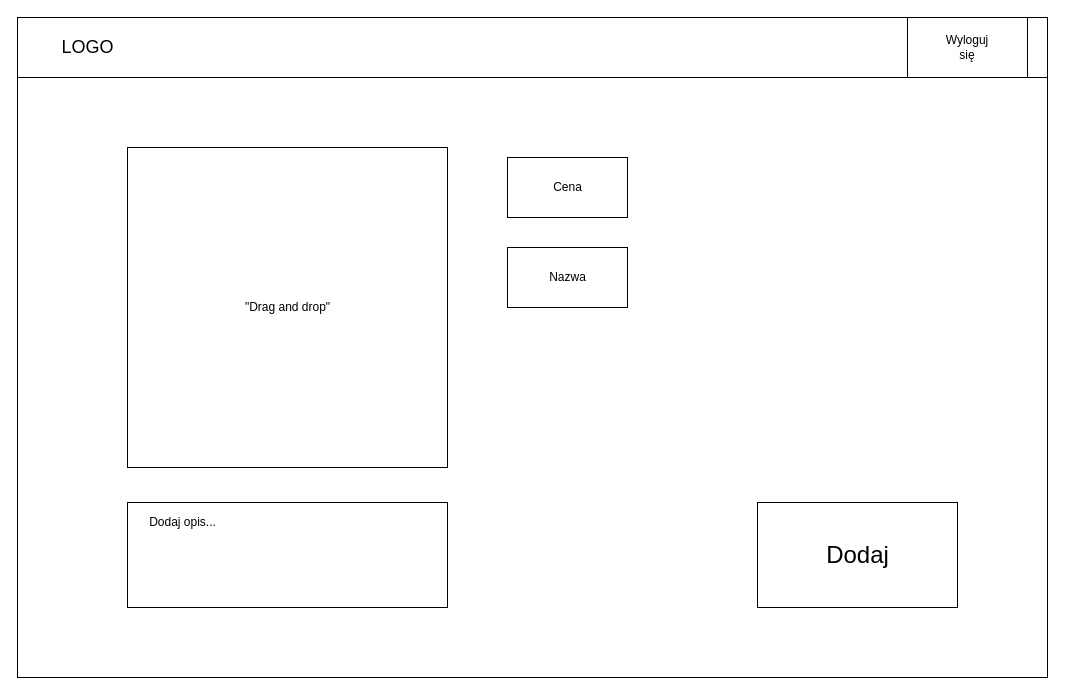
Earlier version of the draw.io diagram 7/koordynator/dodawanie_produktu_koordynator.drawio (Tarik-Alaiwi-dev/PSI-Docs). Source tidied: cells renumbered, new cells numbered last; positions are measured from the earlier drawing's top-left corner, leaving out a move shared by most shapes. Both pictures are drawn from the tidied source at 100%, with x=0, y=0 at pixel (17, 17).
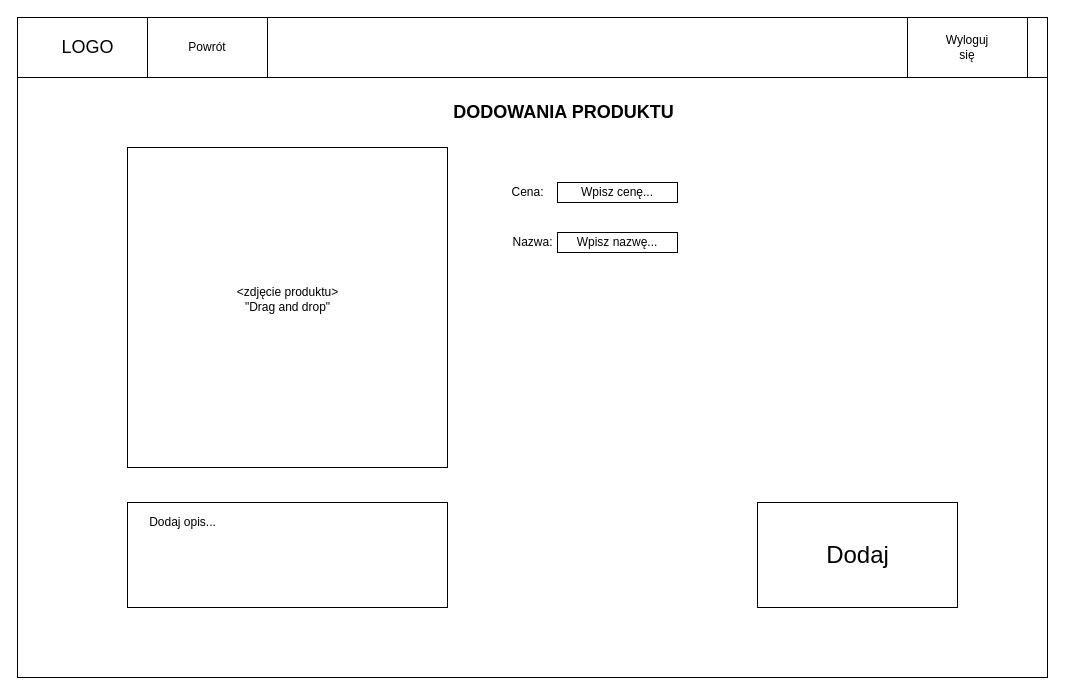
The same page after the edit.

Diff of the diagram source:
```diff
@@
-    <mxCell id="11" style="rounded=0;whiteSpace=wrap;html=1;" parent="1" vertex="1">
-      <mxGeometry x="490" y="140" width="120" height="60" as="geometry" />
+    <mxCell id="11" value="Wpisz cenę..." style="rounded=0;whiteSpace=wrap;html=1;" parent="1" vertex="1">
+      <mxGeometry x="540" y="165" width="120" height="20" as="geometry" />
     </mxCell>
-    <mxCell id="12" value="Cena" style="text;html=1;align=center;verticalAlign=middle;strokeColor=none;fillColor=none;" parent="1" vertex="1">
-      <mxGeometry x="525" y="155" width="50" height="30" as="geometry" />
+    <mxCell id="12" value="Cena:" style="text;html=1;align=center;verticalAlign=middle;strokeColor=none;fillColor=none;" parent="1" vertex="1">
+      <mxGeometry x="480" y="160" width="60" height="30" as="geometry" />
     </mxCell>
-    <mxCell id="13" style="rounded=0;whiteSpace=wrap;html=1;" parent="1" vertex="1">
-      <mxGeometry x="490" y="230" width="120" height="60" as="geometry" />
+    <mxCell id="13" value="Wpisz nazwę..." style="rounded=0;whiteSpace=wrap;html=1;" parent="1" vertex="1">
+      <mxGeometry x="540" y="215" width="120" height="20" as="geometry" />
     </mxCell>
-    <mxCell id="14" value="Nazwa" style="text;html=1;align=center;verticalAlign=middle;strokeColor=none;fillColor=none;" parent="1" vertex="1">
-      <mxGeometry x="520" y="245" width="60" height="30" as="geometry" />
+    <mxCell id="14" value="Nazwa:" style="text;html=1;align=center;verticalAlign=middle;strokeColor=none;fillColor=none;" parent="1" vertex="1">
+      <mxGeometry x="485" y="210" width="60" height="30" as="geometry" />
     </mxCell>
@@
+    <mxCell id="17" value="&lt;b&gt;&lt;font style=&quot;font-size: 18px;&quot;&gt;DODOWANIA PRODUKTU&lt;/font&gt;&lt;/b&gt;" style="text;html=1;align=center;verticalAlign=middle;whiteSpace=wrap;rounded=0;" parent="1" vertex="1">
+      <mxGeometry x="414" y="80" width="265" height="30" as="geometry" />
+    </mxCell>
+    <mxCell id="18" value="&amp;lt;zdjęcie produktu&amp;gt;" style="text;html=1;align=center;verticalAlign=middle;strokeColor=none;fillColor=none;" parent="1" vertex="1">
+      <mxGeometry x="210" y="260" width="120" height="30" as="geometry" />
+    </mxCell>
+    <mxCell id="19" style="rounded=0;whiteSpace=wrap;html=1;" parent="1" vertex="1">
+      <mxGeometry x="130" width="120" height="60" as="geometry" />
+    </mxCell>
+    <mxCell id="20" value="Powrót" style="text;html=1;align=center;verticalAlign=middle;whiteSpace=wrap;rounded=0;" parent="1" vertex="1">
+      <mxGeometry x="140" y="15" width="100" height="30" as="geometry" />
+    </mxCell>
```
